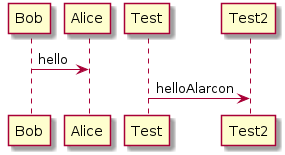
Earlier version of the PlantUML export first.png (falarcond/plantuml).
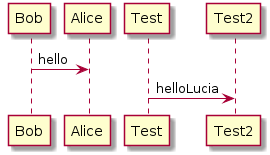
The same file after the commit.

Commit message:
deploy: aa0dfae0e04f5836b61ab42b1a6bf0839e762177

The edit, as a diff of the source:
```diff
@@ -1,4 +1,4 @@
 @startuml
 Bob -> Alice : hello
-Test -> Test2 : helloAlarcon
+Test -> Test2 : helloLucia
 @enduml
```
